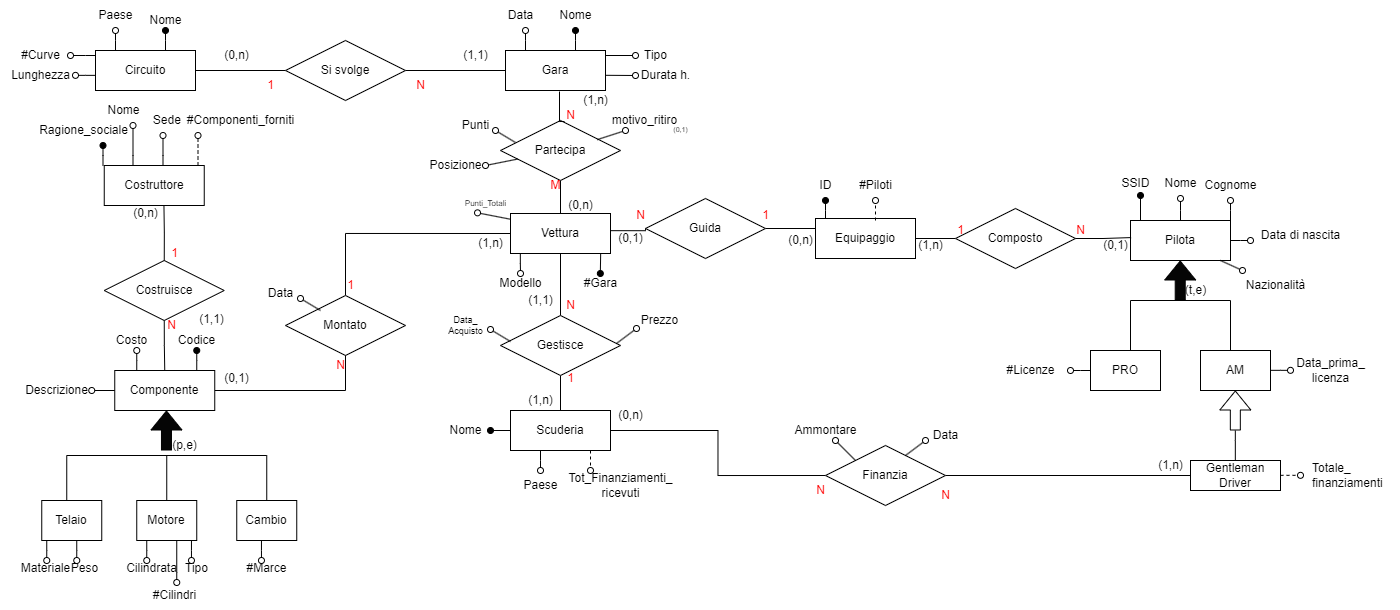
Above: II_Anno/BD/Progetti/2023-2024/Peppe-Pasquale/Untitled_Diagram_1.drawio.png in GiuseppePastena23/UNISA (draw.io), before the change. Source tidied: cells renumbered, new cells last; positions are measured from the earlier drawing's top-left corner, leaving out a move shared by most shapes.
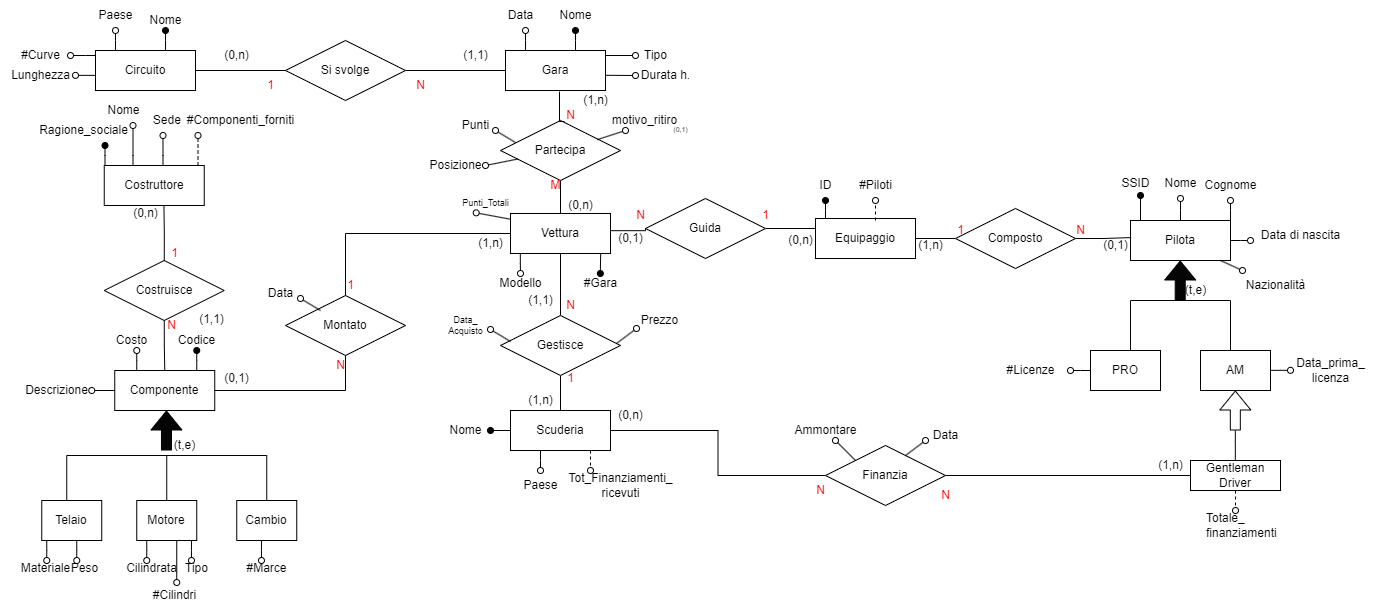
After the commit.

What changed in the source:
```diff
@@ -146,18 +146,17 @@
     <mxCell id="29" value="Gentleman Driver" style="html=1;align=center;fontStyle=0;labelBackgroundColor=none;fontColor=default;whiteSpace=wrap;labelBorderColor=none;verticalAlign=middle;horizontal=1;fontFamily=Helvetica;" parent="1" vertex="1">
       <mxGeometry x="1190" y="460" width="90" height="30" as="geometry" />
     </mxCell>
-    <mxCell id="30" style="endArrow=oval;html=1;rounded=0;endFill=0;labelBackgroundColor=none;fontColor=default;exitX=1;exitY=0.5;exitDx=0;exitDy=0;entryX=0;entryY=0.664;entryDx=0;entryDy=0;entryPerimeter=0;dashed=1;" parent="1" edge="1">
+    <mxCell id="30" style="endArrow=oval;html=1;rounded=0;endFill=0;labelBackgroundColor=none;fontColor=default;exitX=0.5;exitY=1;exitDx=0;exitDy=0;dashed=1;" parent="1" edge="1" source="29">
       <mxGeometry relative="1" as="geometry">
-        <mxPoint x="1280" y="474.8" as="sourcePoint" />
-        <mxPoint x="1300" y="474.8" as="targetPoint" />
+        <mxPoint x="1235" y="510" as="targetPoint" />
         <Array as="points">
-          <mxPoint x="1290" y="474.8" />
-          <mxPoint x="1300" y="474.8" />
+          <mxPoint x="1235" y="500" />
+          <mxPoint x="1235" y="510" />
         </Array>
       </mxGeometry>
     </mxCell>
     <mxCell id="31" value="Totale_&lt;br&gt;finanziamenti" style="text;html=1;align=left;verticalAlign=middle;strokeColor=none;fillColor=none;" parent="1" vertex="1">
-      <mxGeometry x="1310" y="455" width="90" height="40" as="geometry" />
+      <mxGeometry x="1204" y="505" width="90" height="40" as="geometry" />
     </mxCell>
     <mxCell id="32" value="Scuderia" style="html=1;align=center;fontStyle=0;labelBackgroundColor=none;fontColor=default;whiteSpace=wrap;labelBorderColor=none;verticalAlign=middle;horizontal=1;fontFamily=Helvetica;" parent="1" vertex="1">
       <mxGeometry x="510" y="410" width="100" height="40" as="geometry" />
@@ -258,10 +257,10 @@
     </mxCell>
     <mxCell id="52" style="endArrow=oval;html=1;rounded=0;exitX=0.5;exitY=0;exitDx=0;exitDy=0;endFill=1;labelBackgroundColor=none;fontColor=default;" parent="1" edge="1">
       <mxGeometry relative="1" as="geometry">
-        <mxPoint x="102.5" y="165" as="sourcePoint" />
-        <mxPoint x="102.5" y="145" as="targetPoint" />
+        <mxPoint x="104.5" y="165" as="sourcePoint" />
+        <mxPoint x="104.5" y="145" as="targetPoint" />
         <Array as="points">
-          <mxPoint x="102.5" y="155" />
+          <mxPoint x="104.5" y="155" />
         </Array>
       </mxGeometry>
     </mxCell>
@@ -706,8 +705,8 @@
     <mxCell id="155" value="(0,n)" style="text;html=1;align=center;verticalAlign=middle;strokeColor=none;fillColor=none;" parent="1" vertex="1">
       <mxGeometry x="605" y="400" width="50" height="30" as="geometry" />
     </mxCell>
-    <mxCell id="156" value="(p,e)" style="text;html=1;align=center;verticalAlign=middle;strokeColor=none;fillColor=none;" parent="1" vertex="1">
-      <mxGeometry x="158.8" y="430" width="50" height="30" as="geometry" />
+    <mxCell id="156" value="(t,e)" style="text;html=1;align=center;verticalAlign=middle;strokeColor=none;fillColor=none;" parent="1" vertex="1">
+      <mxGeometry x="163.8" y="430" width="40" height="30" as="geometry" />
     </mxCell>
     <mxCell id="157" value="1" style="text;html=1;align=center;verticalAlign=middle;strokeColor=none;fillColor=none;fontColor=#ff0000;" parent="1" vertex="1">
       <mxGeometry x="158.8" y="238" width="30" height="30" as="geometry" />
@@ -744,8 +743,8 @@
     <mxCell id="167" value="Posizione" style="text;html=1;align=center;verticalAlign=middle;strokeColor=none;fillColor=none;labelBackgroundColor=none;" parent="1" vertex="1">
       <mxGeometry x="415" y="150" width="80" height="30" as="geometry" />
     </mxCell>
-    <mxCell id="168" value="Punti_Totali" style="text;html=1;align=center;verticalAlign=middle;points=[];strokeColor=none;fillColor=none;fontSize=8;" parent="1" vertex="1">
-      <mxGeometry x="455" y="193" width="60" height="20" as="geometry" />
+    <mxCell id="168" value="Punti_Totali" style="text;html=1;align=center;verticalAlign=middle;points=[];strokeColor=none;fillColor=none;fontSize=9;" parent="1" vertex="1">
+      <mxGeometry x="450" y="193" width="70" height="20" as="geometry" />
     </mxCell>
     <mxCell id="169" style="endArrow=oval;html=1;rounded=0;endFill=0;exitX=-0.003;exitY=0.142;exitDx=0;exitDy=0;exitPerimeter=0;entryX=0.367;entryY=0.967;entryDx=0;entryDy=0;entryPerimeter=0;" parent="1" edge="1" source="39" target="168">
       <mxGeometry relative="1" as="geometry" />
```
